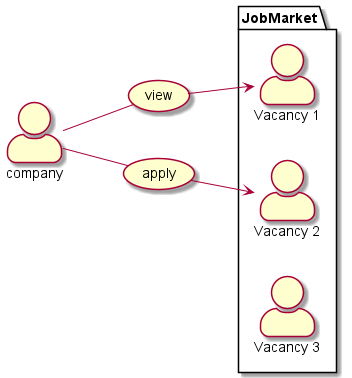
Earlier version of the PlantUML export ucd/img/ucd8.png (DirectorsView/documentation). The source it was exported from:
```plantuml
@startuml
skinparam actorStyle awesome
left to right direction

package JobMarket as v {
    :Vacancy 1: as v1
    :Vacancy 2: as v2
    :Vacancy 3: as v3
}

:company: -- (view)
:company: -- (apply)


(view) --> v1
(apply) --> v2

@enduml
```
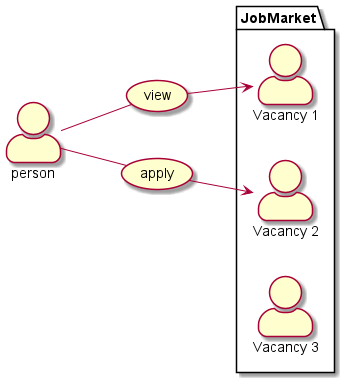
Later version of the same file.

Diff of the diagram source:
```diff
@@ -8,8 +8,8 @@
     :Vacancy 3: as v3
 }
 
-:company: -- (view)
-:company: -- (apply)
+:person: -- (view)
+:person: -- (apply)
 
 
 (view) --> v1
```
